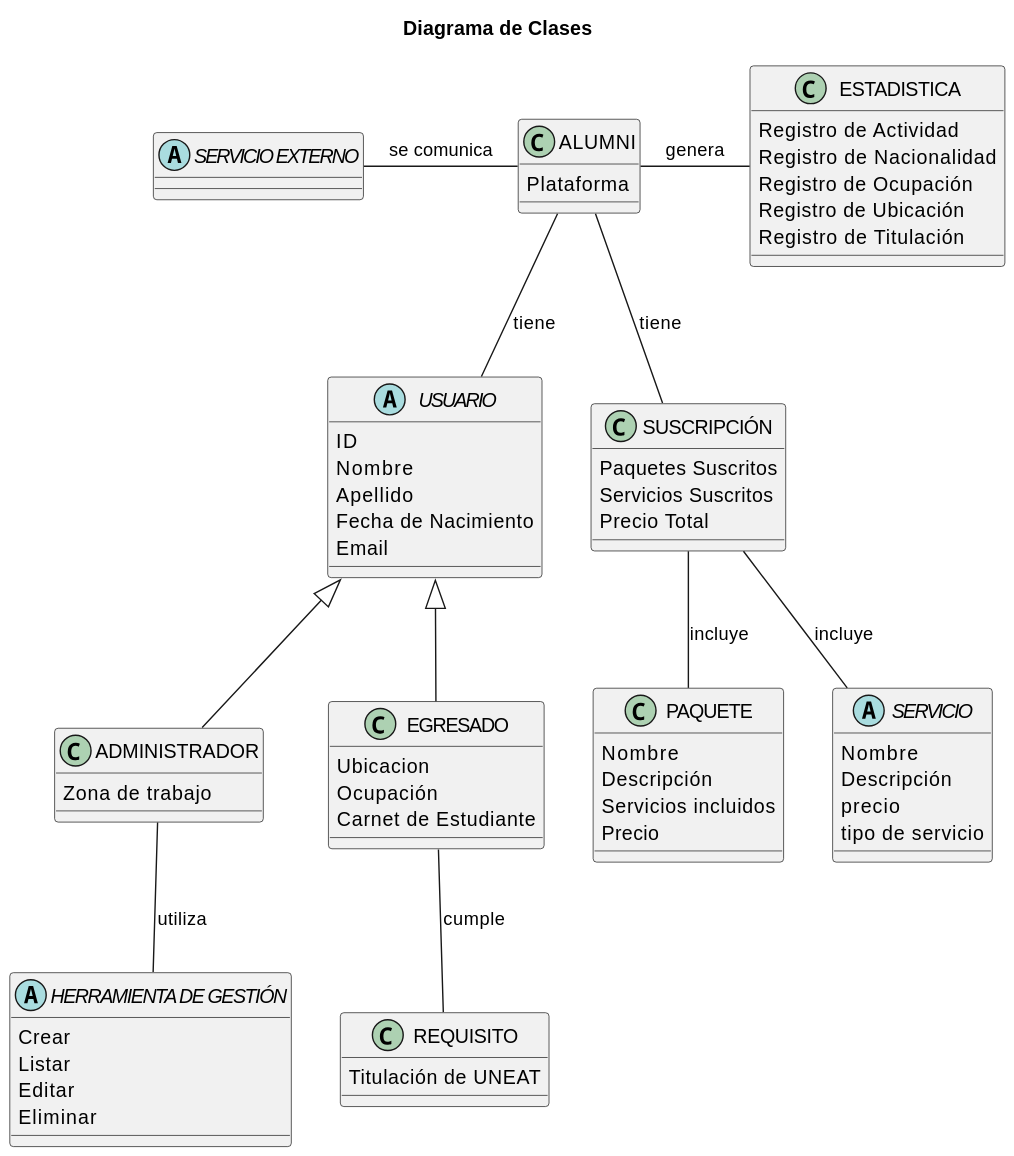
Above: Modelos_de_Dominio/Modelos_Finales/Tercera_Iteración/Diagrama_de_Clases/Diagrama_de_Clases.svg in mmasias/23-24-IdSw1-SDR (PlantUML), before the change. Source of this version:
```plantuml
@startuml AumniClasses

title Diagrama de Clases

skinparam backgroundColor white
skinparam defaultFontName Arial

class ALUMNI
{
   Plataforma
}

abstract "SERVICIO EXTERNO" {}

abstract USUARIO
{
    ID
    Nombre
    Apellido
    Fecha de Nacimiento
    Email
}

class EGRESADO
{
    Ubicacion
    Ocupación
    Carnet de Estudiante
}

class ADMINISTRADOR
{
    Zona de trabajo
}

class REQUISITO
{
    Titulación de UNEAT
}

class ESTADISTICA
{
    Registro de Actividad
    Registro de Nacionalidad
    Registro de Ocupación
    Registro de Ubicación
    Registro de Titulación

}

class SUSCRIPCIÓN
{
    Paquetes Suscritos
    Servicios Suscritos
    Precio Total
}

class PAQUETE
{
    Nombre
    Descripción
    Servicios incluidos
    Precio
}

abstract SERVICIO
{
    Nombre
    Descripción
    precio
    tipo de servicio
}

abstract "HERRAMIENTA DE GESTIÓN"
{
    Crear
    Listar
    Editar
    Eliminar
}

ALUMNI -- USUARIO : tiene
ALUMNI - ESTADISTICA : genera
SUSCRIPCIÓN -up- ALUMNI : tiene
ALUMNI -left- "SERVICIO EXTERNO" : se comunica
SUSCRIPCIÓN -- SERVICIO : incluye
EGRESADO -- REQUISITO : cumple
SUSCRIPCIÓN -- PAQUETE : incluye
USUARIO <|-- EGRESADO
USUARIO <|-- ADMINISTRADOR
"HERRAMIENTA DE GESTIÓN" -up- ADMINISTRADOR : utiliza

@enduml
```
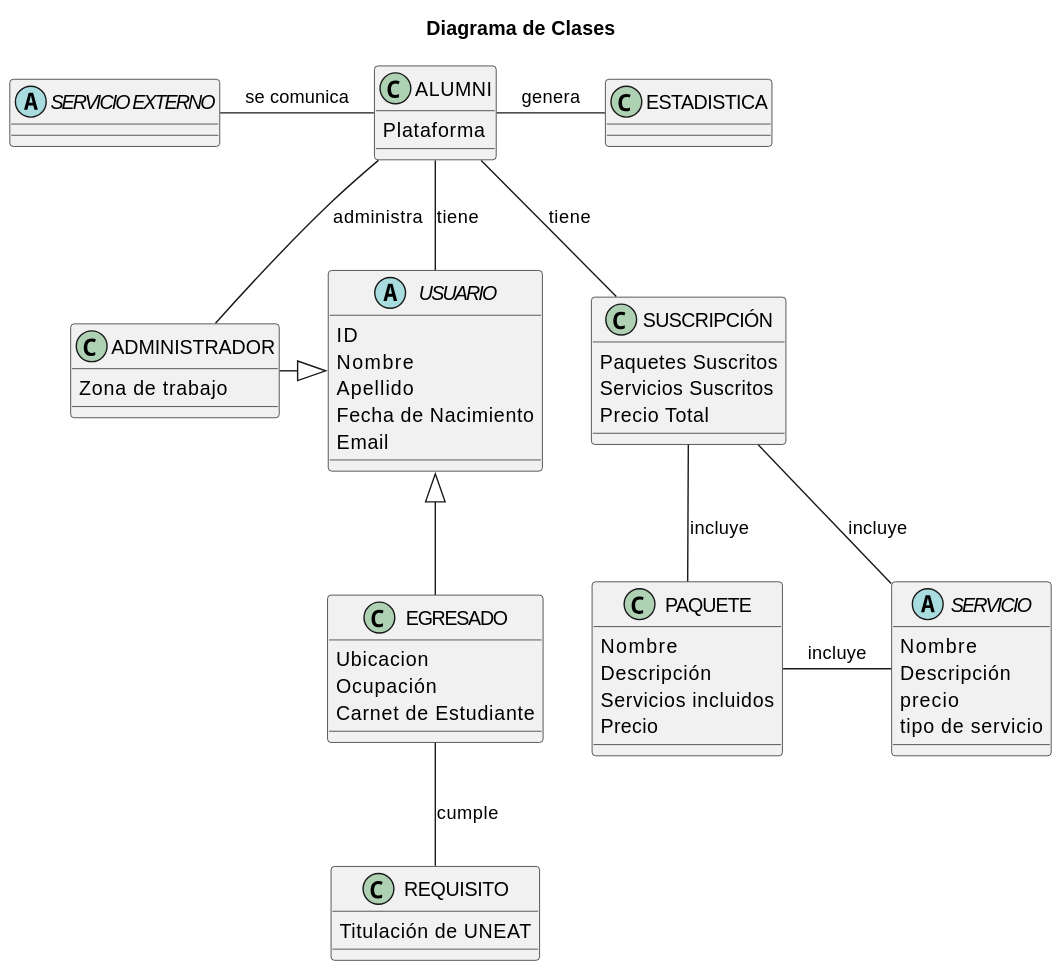
The same diagram one commit later.

Change to the diagram source:
```diff
@@ -40,12 +40,6 @@
 
 class ESTADISTICA
 {
-    Registro de Actividad
-    Registro de Nacionalidad
-    Registro de Ocupación
-    Registro de Ubicación
-    Registro de Titulación
-
 }
 
 class SUSCRIPCIÓN
@@ -71,14 +65,6 @@
     tipo de servicio
 }
 
-abstract "HERRAMIENTA DE GESTIÓN"
-{
-    Crear
-    Listar
-    Editar
-    Eliminar
-}
-
 ALUMNI -- USUARIO : tiene
 ALUMNI - ESTADISTICA : genera
 SUSCRIPCIÓN -up- ALUMNI : tiene
@@ -86,8 +72,9 @@
 SUSCRIPCIÓN -- SERVICIO : incluye
 EGRESADO -- REQUISITO : cumple
 SUSCRIPCIÓN -- PAQUETE : incluye
+PAQUETE - SERVICIO : incluye
 USUARIO <|-- EGRESADO
-USUARIO <|-- ADMINISTRADOR
-"HERRAMIENTA DE GESTIÓN" -up- ADMINISTRADOR : utiliza
+USUARIO <|-left- ADMINISTRADOR
+ADMINISTRADOR -up- ALUMNI : administra
 
 @enduml
```
